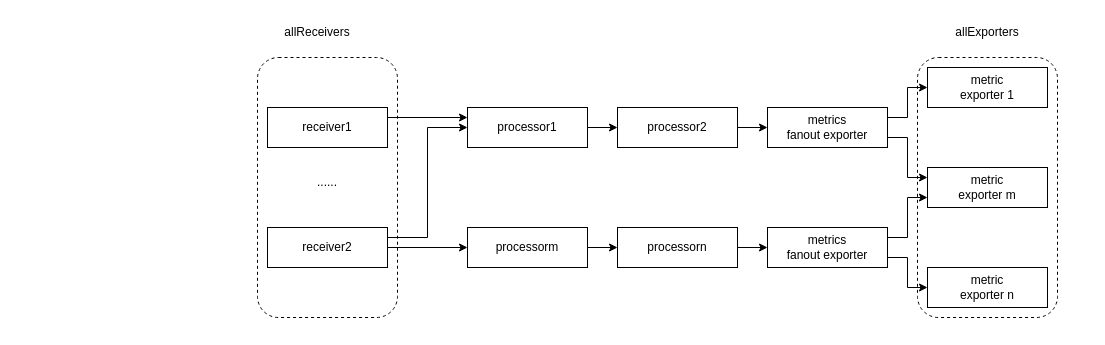
fatsheep9146/drawio-registry keeps this draw.io diagram as opentelemetry-collector-architecture.drawio. Above is the earlier version. Source tidied: cells renumbered, new cells numbered last; positions are measured from the earlier drawing's top-left corner, leaving out a move shared by most shapes. Both pictures are drawn from the tidied source at 100%, with x=0, y=0 at pixel (257, 17).
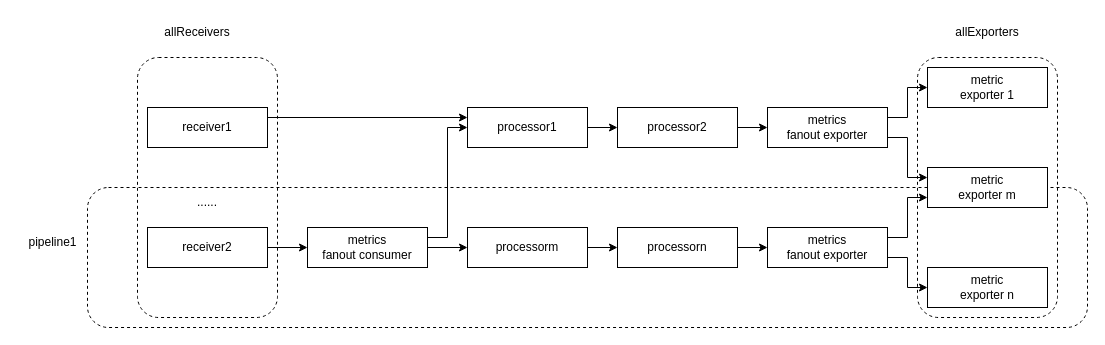
The same page after the edit.

Unchanged cells that the change refers to:
```xml
<mxCell id="10" value="processor1" style="rounded=0;whiteSpace=wrap;html=1;" parent="1" vertex="1">
  <mxGeometry x="210" y="90" width="120" height="40" as="geometry" />
</mxCell>
<mxCell id="25" value="processorm" style="rounded=0;whiteSpace=wrap;html=1;" parent="1" vertex="1">
  <mxGeometry x="210" y="210" width="120" height="40" as="geometry" />
</mxCell>
```

Diff of the diagram source:
```diff
@@
+    <mxCell id="29" style="rounded=1;whiteSpace=wrap;html=1;fillColor=none;dashed=1;glass=0;shadow=0;perimeterSpacing=0;" parent="1" vertex="1">
+      <mxGeometry x="-170" y="170" width="1000" height="140" as="geometry" />
+    </mxCell>
     <mxCell id="2" style="rounded=1;whiteSpace=wrap;html=1;fillColor=none;dashed=1;glass=0;shadow=0;perimeterSpacing=0;" parent="1" vertex="1">
-      <mxGeometry y="40" width="140" height="260" as="geometry" />
+      <mxGeometry x="-120" y="40" width="140" height="260" as="geometry" />
     </mxCell>
@@
     <mxCell id="4" value="receiver1" style="rounded=0;whiteSpace=wrap;html=1;" parent="1" vertex="1">
-      <mxGeometry x="10" y="90" width="120" height="40" as="geometry" />
+      <mxGeometry x="-110" y="90" width="120" height="40" as="geometry" />
     </mxCell>
-    <mxCell id="5" style="edgeStyle=orthogonalEdgeStyle;rounded=0;jettySize=auto;html=1;exitX=1;exitY=0.25;exitDx=0;exitDy=0;entryX=0;entryY=0.5;entryDx=0;entryDy=0;" parent="1" edge="1" source="7" target="10">
-      <mxGeometry relative="1" as="geometry" />
-    </mxCell>
-    <mxCell id="6" style="edgeStyle=orthogonalEdgeStyle;rounded=0;jettySize=auto;html=1;exitX=1;exitY=0.5;exitDx=0;exitDy=0;entryX=0;entryY=0.5;entryDx=0;entryDy=0;" parent="1" edge="1" source="7" target="25">
-      <mxGeometry relative="1" as="geometry" />
-    </mxCell>
+    <mxCell id="30" style="edgeStyle=orthogonalEdgeStyle;rounded=0;jettySize=auto;html=1;exitX=1;exitY=0.5;exitDx=0;exitDy=0;entryX=0;entryY=0.5;entryDx=0;entryDy=0;" parent="1" edge="1" source="7" target="34">
+      <mxGeometry relative="1" as="geometry" />
+    </mxCell>
     <mxCell id="7" value="receiver2" style="rounded=0;whiteSpace=wrap;html=1;" parent="1" vertex="1">
-      <mxGeometry x="10" y="210" width="120" height="40" as="geometry" />
+      <mxGeometry x="-110" y="210" width="120" height="40" as="geometry" />
     </mxCell>
     <mxCell id="8" value="......" style="text;html=1;strokeColor=none;fillColor=none;align=center;verticalAlign=middle;whiteSpace=wrap;rounded=0;" parent="1" vertex="1">
-      <mxGeometry x="40" y="150" width="60" height="30" as="geometry" />
+      <mxGeometry x="-80" y="170" width="60" height="30" as="geometry" />
     </mxCell>
@@
     <mxCell id="28" value="allReceivers" style="text;html=1;strokeColor=none;fillColor=none;align=center;verticalAlign=middle;whiteSpace=wrap;rounded=0;shadow=0;glass=0;dashed=1;" parent="1" vertex="1">
-      <mxGeometry x="30" width="60" height="30" as="geometry" />
+      <mxGeometry x="-90" width="60" height="30" as="geometry" />
     </mxCell>
+    <mxCell id="31" value="pipeline1" style="text;html=1;align=center;verticalAlign=middle;strokeColor=none;fillColor=none;" parent="1" vertex="1">
+      <mxGeometry x="-240" y="210" width="70" height="30" as="geometry" />
+    </mxCell>
+    <mxCell id="32" style="edgeStyle=orthogonalEdgeStyle;rounded=0;jettySize=auto;html=1;exitX=1;exitY=0.5;exitDx=0;exitDy=0;entryX=0;entryY=0.5;entryDx=0;entryDy=0;" parent="1" edge="1" source="34" target="25">
+      <mxGeometry relative="1" as="geometry" />
+    </mxCell>
+    <mxCell id="33" style="edgeStyle=orthogonalEdgeStyle;rounded=0;jettySize=auto;html=1;exitX=1;exitY=0.25;exitDx=0;exitDy=0;entryX=0;entryY=0.5;entryDx=0;entryDy=0;" parent="1" edge="1" source="34" target="10">
+      <mxGeometry relative="1" as="geometry" />
+    </mxCell>
+    <mxCell id="34" value="metrics&lt;br&gt;fanout consumer" style="rounded=0;whiteSpace=wrap;html=1;" parent="1" vertex="1">
+      <mxGeometry x="50" y="210" width="120" height="40" as="geometry" />
+    </mxCell>
```
